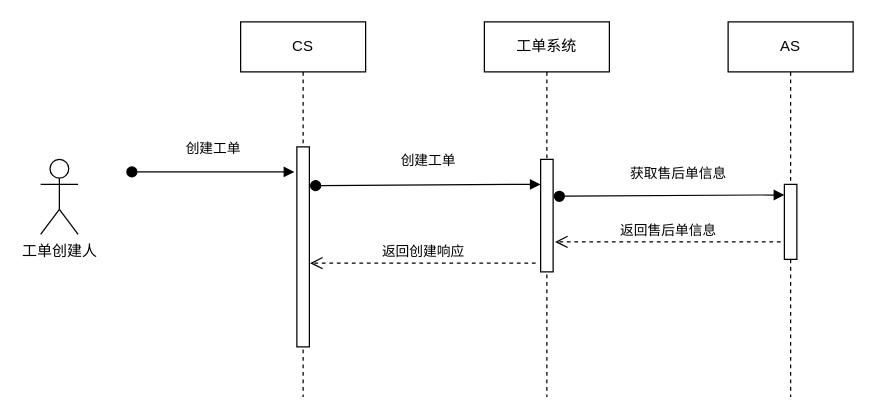
kong0827/images keeps this draw.io diagram as 未命名绘图.drawio. Above is the earlier version. Source tidied: cells renumbered, new cells numbered last; positions are measured from the earlier drawing's top-left corner, leaving out a move shared by most shapes. Both pictures are drawn from the tidied source at 125%, with x=0, y=0 at pixel (40, 21).
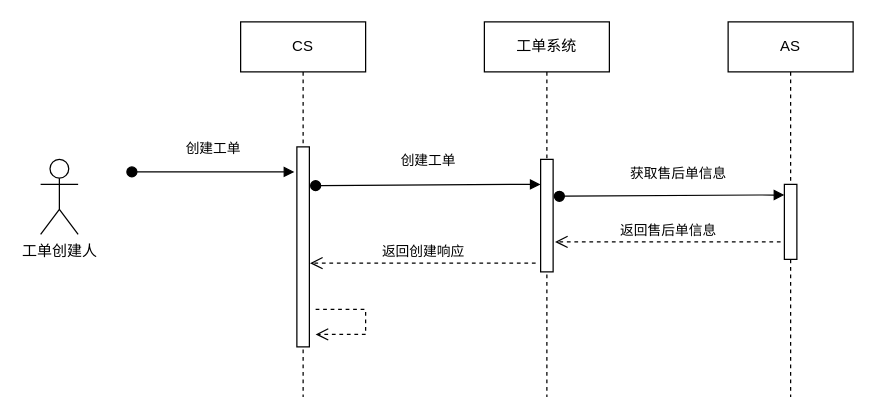
After the change.

Commit message (it also covers changes not shown here):
工单序列图.drawio

Unchanged cells that the change refers to:
```xml
<mxCell id="2" value="CS" style="shape=umlLifeline;perimeter=lifelinePerimeter;whiteSpace=wrap;html=1;" parent="1" vertex="1">
  <mxGeometry x="160" width="100" height="300" as="geometry" />
</mxCell>
```

Diff of the diagram source:
```diff
@@
+    <mxCell id="14" style="html=1;verticalAlign=bottom;endArrow=open;dashed=1;endSize=8;rounded=0;elbow=vertical;jumpSize=10;" parent="2" edge="1">
+      <mxGeometry relative="1" as="geometry">
+        <mxPoint x="60" y="230" as="sourcePoint" />
+        <mxPoint x="60" y="250" as="targetPoint" />
+        <Array as="points">
+          <mxPoint x="80" y="230" />
+          <mxPoint x="100" y="230" />
+          <mxPoint x="100" y="250" />
+        </Array>
+      </mxGeometry>
+    </mxCell>
```
